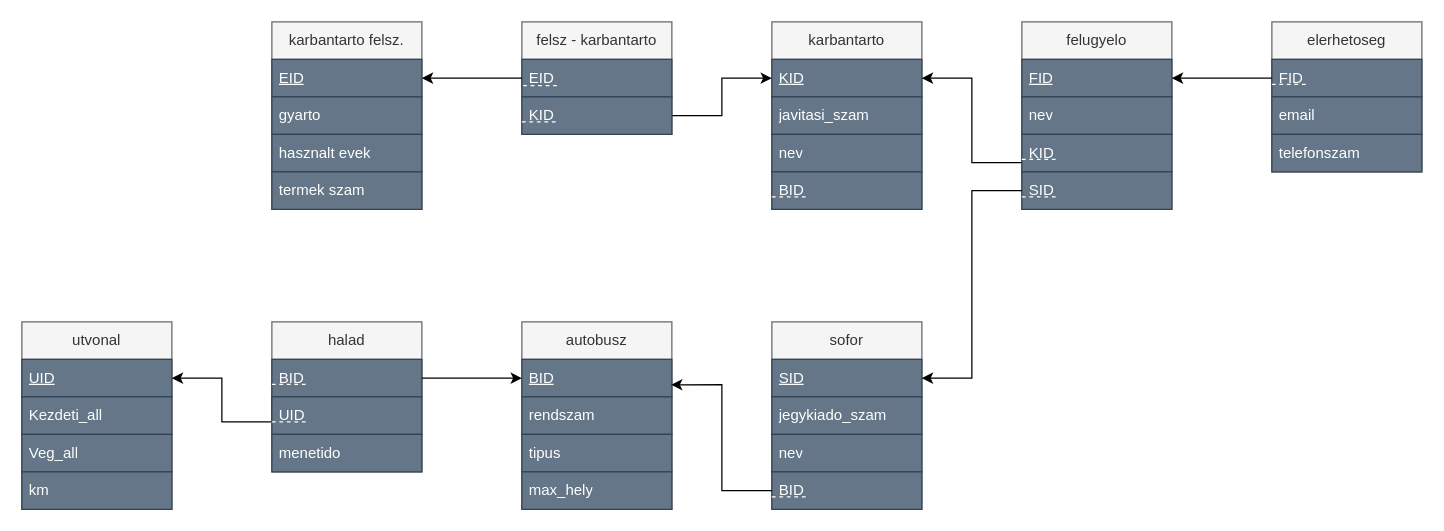
This is DBSemTaskHR6121/RMHR6121.drawio from HonDaniel/HR6121_DB1Gyak, a draw.io file, before an edit. Source tidied: cells renumbered, new cells numbered last; positions are measured from the earlier drawing's top-left corner, leaving out a move shared by most shapes. Both pictures are drawn from the tidied source at 125%, with x=0, y=0 at pixel (21, 21).
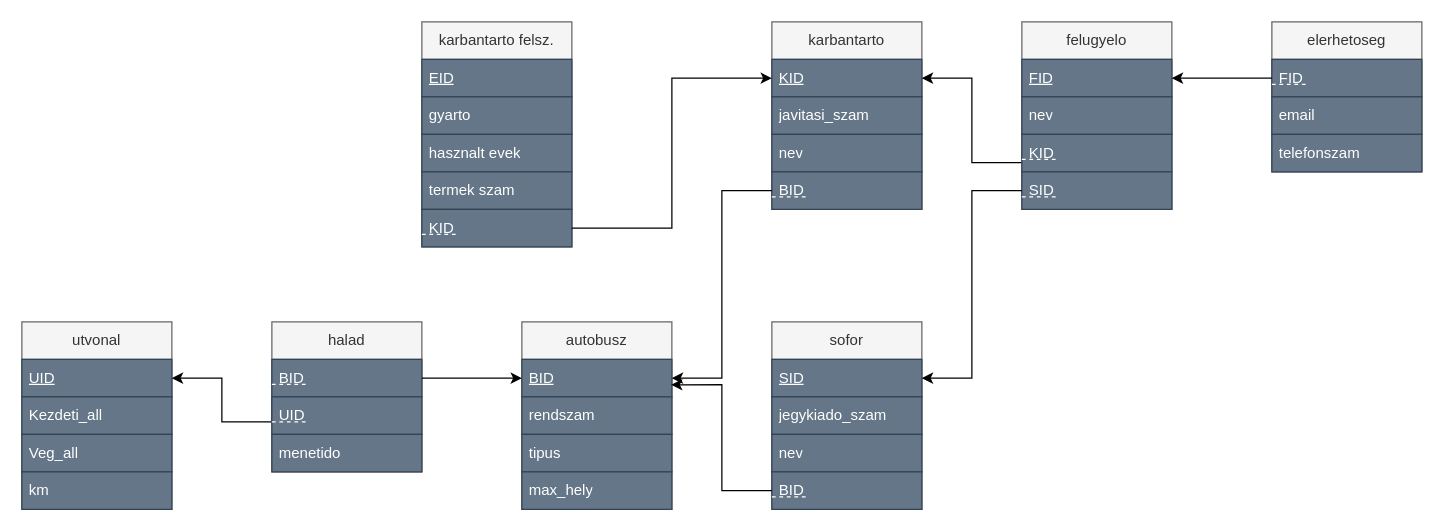
After the change.

The change refers to these unchanged cells:
```xml
<mxCell id="15" value="&lt;u&gt;BID&lt;/u&gt;" style="text;strokeColor=#314354;fillColor=#647687;align=left;verticalAlign=middle;spacingLeft=4;spacingRight=4;overflow=hidden;points=[[0,0.5],[1,0.5]];portConstraint=eastwest;whiteSpace=wrap;html=1;fontColor=#ffffff;" parent="14" vertex="1">
  <mxGeometry y="30" width="120" height="30" as="geometry" />
</mxCell>
<mxCell id="31" value="BID" style="text;strokeColor=#314354;fillColor=#647687;align=left;verticalAlign=middle;spacingLeft=4;spacingRight=4;overflow=hidden;points=[[0,0.5],[1,0.5]];portConstraint=eastwest;whiteSpace=wrap;html=1;fontColor=#ffffff;" parent="27" vertex="1">
  <mxGeometry y="120" width="120" height="30" as="geometry" />
</mxCell>
<mxCell id="50" value="&lt;u&gt;EID&lt;/u&gt;" style="text;strokeColor=#314354;fillColor=#647687;align=left;verticalAlign=middle;spacingLeft=4;spacingRight=4;overflow=hidden;points=[[0,0.5],[1,0.5]];portConstraint=eastwest;whiteSpace=wrap;html=1;fontColor=#ffffff;" parent="49" vertex="1">
  <mxGeometry y="30" width="120" height="30" as="geometry" />
</mxCell>
```

The edit, as a diff of the source:
```diff
@@
     <mxCell id="49" value="karbantarto felsz." style="swimlane;fontStyle=0;horizontal=1;startSize=30;whiteSpace=wrap;html=1;fillColor=#f5f5f5;fontColor=#333333;strokeColor=#666666;" parent="1" vertex="1">
-      <mxGeometry x="200" width="120" height="150" as="geometry" />
+      <mxGeometry x="320" width="120" height="180" as="geometry" />
     </mxCell>
@@
+    <mxCell id="58" value="KID" style="text;strokeColor=#314354;fillColor=#647687;align=left;verticalAlign=middle;spacingLeft=4;spacingRight=4;overflow=hidden;points=[[0,0.5],[1,0.5]];portConstraint=eastwest;whiteSpace=wrap;html=1;fontColor=#ffffff;" parent="49" vertex="1">
+      <mxGeometry y="150" width="120" height="30" as="geometry" />
+    </mxCell>
+    <mxCell id="63" style="endArrow=none;dashed=1;html=1;rounded=0;strokeColor=#FFFFFF;" parent="49" edge="1">
+      <mxGeometry relative="1" as="geometry">
+        <mxPoint y="170" as="sourcePoint" />
+        <mxPoint x="30" y="170" as="targetPoint" />
+      </mxGeometry>
+    </mxCell>
@@
-    <mxCell id="56" value="felsz - karbantarto" style="swimlane;fontStyle=0;horizontal=1;startSize=30;whiteSpace=wrap;html=1;fillColor=#f5f5f5;fontColor=#333333;strokeColor=#666666;" parent="1" vertex="1">
-      <mxGeometry x="400" width="120" height="90" as="geometry" />
-    </mxCell>
-    <mxCell id="57" value="EID" style="text;strokeColor=#314354;fillColor=#647687;align=left;verticalAlign=middle;spacingLeft=4;spacingRight=4;overflow=hidden;points=[[0,0.5],[1,0.5]];portConstraint=eastwest;whiteSpace=wrap;html=1;fontColor=#ffffff;" parent="56" vertex="1">
-      <mxGeometry y="30" width="120" height="30" as="geometry" />
-    </mxCell>
-    <mxCell id="58" value="KID" style="text;strokeColor=#314354;fillColor=#647687;align=left;verticalAlign=middle;spacingLeft=4;spacingRight=4;overflow=hidden;points=[[0,0.5],[1,0.5]];portConstraint=eastwest;whiteSpace=wrap;html=1;fontColor=#ffffff;" parent="56" vertex="1">
-      <mxGeometry y="60" width="120" height="30" as="geometry" />
-    </mxCell>
-    <mxCell id="59" style="endArrow=none;dashed=1;html=1;rounded=0;strokeColor=#FFFFFF;" parent="56" edge="1">
-      <mxGeometry relative="1" as="geometry">
-        <mxPoint y="80" as="sourcePoint" />
-        <mxPoint x="30" y="80" as="targetPoint" />
-      </mxGeometry>
-    </mxCell>
-    <mxCell id="60" style="endArrow=none;dashed=1;html=1;rounded=0;strokeColor=#FFFFFF;" parent="1" edge="1">
-      <mxGeometry relative="1" as="geometry">
-        <mxPoint x="401" y="51" as="sourcePoint" />
-        <mxPoint x="431" y="51" as="targetPoint" />
-      </mxGeometry>
-    </mxCell>
-    <mxCell id="61" style="edgeStyle=orthogonalEdgeStyle;rounded=0;jettySize=auto;html=1;exitX=0;exitY=0.5;exitDx=0;exitDy=0;entryX=1;entryY=0.5;entryDx=0;entryDy=0;" parent="1" edge="1" source="57" target="50">
-      <mxGeometry relative="1" as="geometry" />
-    </mxCell>
+    <mxCell id="64" style="edgeStyle=orthogonalEdgeStyle;rounded=0;jettySize=auto;html=1;exitX=0;exitY=0.5;exitDx=0;exitDy=0;entryX=1;entryY=0.5;entryDx=0;entryDy=0;" parent="1" edge="1" source="31" target="15">
+      <mxGeometry relative="1" as="geometry" />
+    </mxCell>
```
